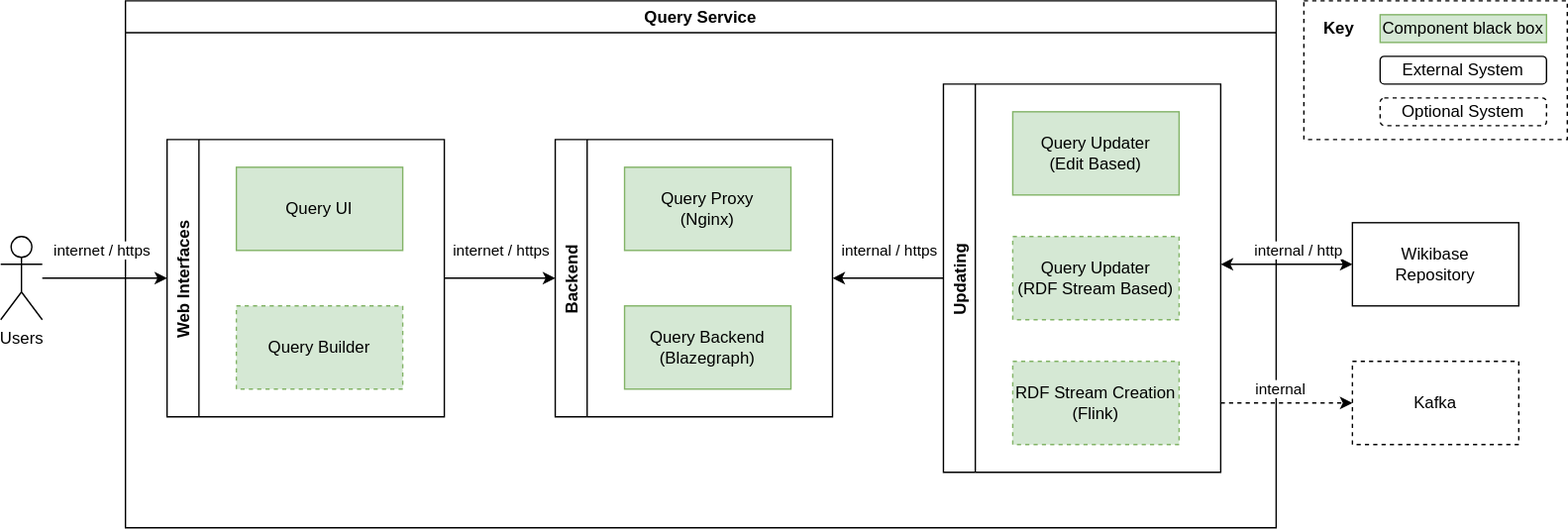
Before: systems/Query/diagrams/03-technical-context.drawio.svg, a diagram exported from draw.io (wmde/wikidata-wikibase-architecture). Source tidied: cells renumbered, new cells last; positions are measured from the earlier drawing's top-left corner, leaving out a move shared by most shapes.
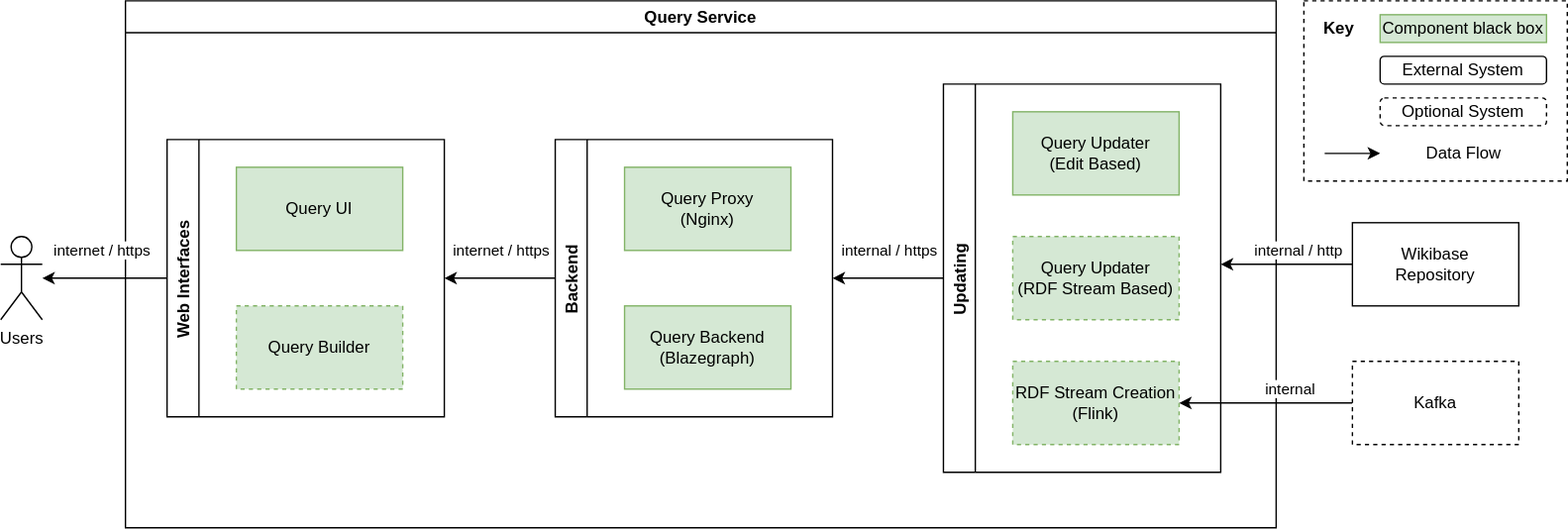
The same file after the commit.

Diff of the diagram source:
```diff
@@ -3,7 +3,7 @@
     <mxCell id="0" />
     <mxCell id="1" parent="0" />
     <mxCell id="2" style="rounded=0;whiteSpace=wrap;html=1;fillColor=none;dashed=1;" parent="1" vertex="1">
-      <mxGeometry x="940" width="190" height="100" as="geometry" />
+      <mxGeometry x="940" width="190" height="130" as="geometry" />
     </mxCell>
     <mxCell id="3" value="&lt;b&gt;Key&lt;/b&gt;" style="text;html=1;align=center;verticalAlign=middle;strokeColor=none;" parent="1" vertex="1">
       <mxGeometry x="945" y="10" width="40" height="20" as="geometry" />
@@ -41,7 +41,7 @@
     <mxCell id="14" value="RDF Stream Creation (Flink)" style="rounded=0;whiteSpace=wrap;html=1;fillColor=#d5e8d4;strokeColor=#82b366;dashed=1;" parent="11" vertex="1">
       <mxGeometry x="50" y="200" width="120" height="60" as="geometry" />
     </mxCell>
-    <mxCell id="15" style="edgeStyle=orthogonalEdgeStyle;rounded=0;jettySize=auto;html=1;startArrow=classic;startFill=1;" parent="1" edge="1" source="17">
+    <mxCell id="15" style="edgeStyle=orthogonalEdgeStyle;rounded=0;jettySize=auto;html=1;startArrow=none;startFill=0;" parent="1" edge="1" source="17">
       <mxGeometry relative="1" as="geometry">
         <mxPoint x="880" y="190" as="targetPoint" />
       </mxGeometry>
@@ -54,7 +54,7 @@
     <mxCell id="17" value="Wikibase&lt;br&gt;Repository" style="rounded=0;whiteSpace=wrap;html=1;" parent="1" vertex="1">
       <mxGeometry x="975" y="160" width="120" height="60" as="geometry" />
     </mxCell>
-    <mxCell id="18" style="edgeStyle=orthogonalEdgeStyle;rounded=0;jettySize=auto;html=1;entryX=0;entryY=0.5;entryDx=0;entryDy=0;" parent="1" edge="1" source="19" target="8">
+    <mxCell id="18" style="edgeStyle=orthogonalEdgeStyle;rounded=0;jettySize=auto;html=1;entryX=0;entryY=0.5;entryDx=0;entryDy=0;startArrow=classic;startFill=1;endArrow=none;endFill=0;" parent="1" edge="1" source="19" target="8">
       <mxGeometry relative="1" as="geometry" />
     </mxCell>
     <mxCell id="19" value="Users" style="shape=umlActor;verticalLabelPosition=bottom;verticalAlign=top;html=1;outlineConnect=0;" parent="1" vertex="1">
@@ -82,7 +82,7 @@
         <mxPoint x="13" y="-19" as="offset" />
       </mxGeometry>
     </mxCell>
-    <mxCell id="26" style="edgeStyle=orthogonalEdgeStyle;rounded=0;jettySize=auto;html=1;entryX=0;entryY=0.5;entryDx=0;entryDy=0;" parent="1" edge="1" source="8" target="22">
+    <mxCell id="26" style="edgeStyle=orthogonalEdgeStyle;rounded=0;jettySize=auto;html=1;entryX=0;entryY=0.5;entryDx=0;entryDy=0;startArrow=classic;startFill=1;endArrow=none;endFill=0;" parent="1" edge="1" source="8" target="22">
       <mxGeometry relative="1" as="geometry" />
     </mxCell>
     <mxCell id="27" value="internet / https" style="edgeLabel;html=1;align=center;verticalAlign=middle;" parent="26" vertex="1">
@@ -90,21 +90,25 @@
         <mxPoint x="11" y="-19" as="offset" />
       </mxGeometry>
     </mxCell>
+    <mxCell id="31" style="edgeStyle=orthogonalEdgeStyle;rounded=0;jettySize=auto;html=1;entryX=1;entryY=0.5;entryDx=0;entryDy=0;startArrow=none;startFill=0;endArrow=classic;endFill=1;" parent="1" edge="1" source="28" target="14">
+      <mxGeometry relative="1" as="geometry" />
+    </mxCell>
+    <mxCell id="30" value="internal" style="edgeLabel;html=1;align=center;verticalAlign=middle;" parent="31" vertex="1">
+      <mxGeometry x="0.25" y="-1" relative="1" as="geometry">
+        <mxPoint x="33" y="-9" as="offset" />
+      </mxGeometry>
+    </mxCell>
     <mxCell id="28" value="Kafka" style="rounded=0;whiteSpace=wrap;html=1;dashed=1;" parent="1" vertex="1">
       <mxGeometry x="975" y="260" width="120" height="60" as="geometry" />
     </mxCell>
-    <mxCell id="29" style="edgeStyle=orthogonalEdgeStyle;rounded=0;jettySize=auto;html=1;entryX=0;entryY=0.5;entryDx=0;entryDy=0;dashed=1;" parent="1" edge="1" source="11" target="28">
-      <mxGeometry relative="1" as="geometry">
-        <Array as="points">
-          <mxPoint x="950" y="290" />
-          <mxPoint x="950" y="290" />
-        </Array>
-      </mxGeometry>
-    </mxCell>
-    <mxCell id="30" value="internal" style="edgeLabel;html=1;align=center;verticalAlign=middle;" parent="29" vertex="1">
-      <mxGeometry x="-0.28" y="-2" relative="1" as="geometry">
-        <mxPoint x="8" y="-12" as="offset" />
-      </mxGeometry>
-    </mxCell>
+    <mxCell id="32" style="endArrow=classic;html=1;" parent="1" edge="1">
+      <mxGeometry relative="1" as="geometry">
+        <mxPoint x="955" y="110" as="sourcePoint" />
+        <mxPoint x="995" y="110" as="targetPoint" />
+      </mxGeometry>
+    </mxCell>
+    <mxCell id="33" value="Data Flow" style="text;html=1;align=center;verticalAlign=middle;strokeColor=none;" parent="1" vertex="1">
+      <mxGeometry x="1020" y="100" width="70" height="20" as="geometry" />
+    </mxCell>
   </root>
 </mxGraphModel>
```
